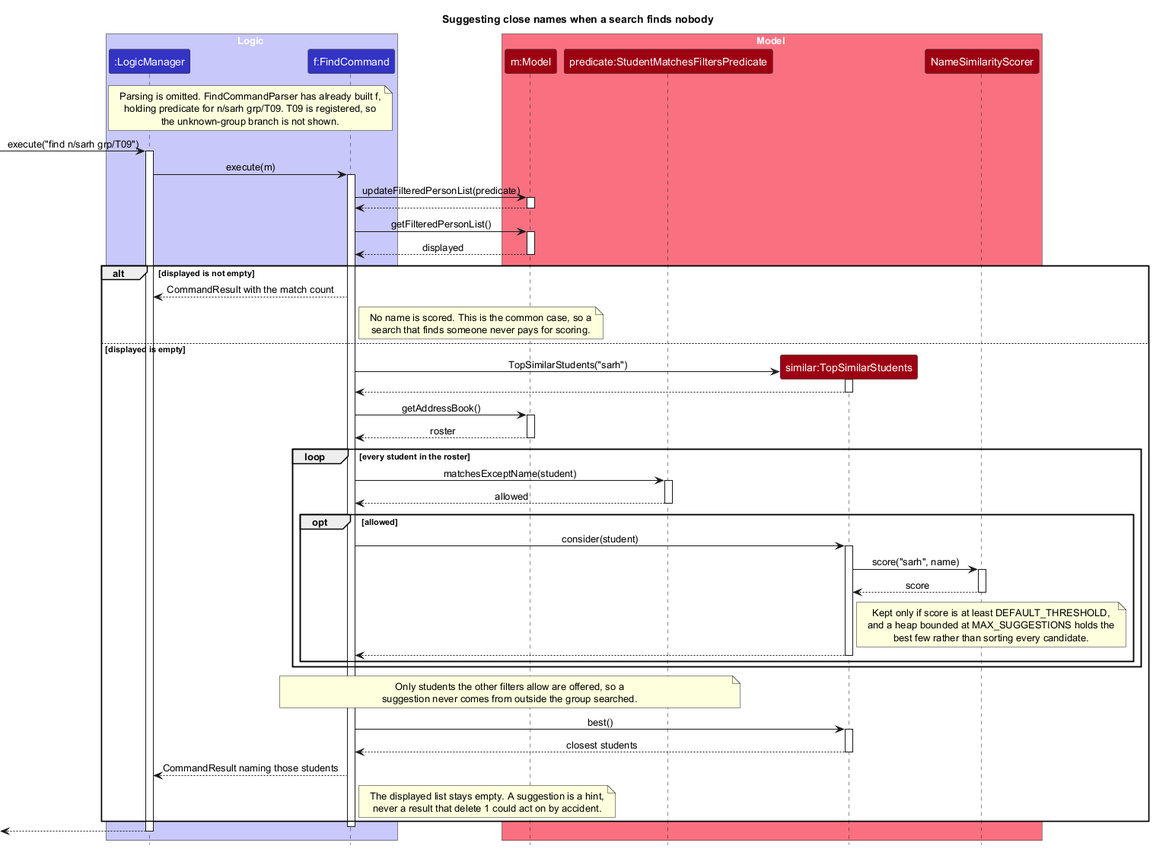
The PlantUML diagram docs/images/FindSuggestionSequenceDiagram.png in AY2627S1-CS2103T-F12-4/tp, before a commit. The source it was exported from:
```plantuml
@startuml
!include style.puml
skinparam ArrowFontStyle plain
title Suggesting close names when a search finds nobody

box Logic LOGIC_COLOR_T1
participant ":LogicManager" as LogicManager LOGIC_COLOR
participant "f:FindCommand" as FindCommand LOGIC_COLOR
end box

box Model MODEL_COLOR_T1
participant "m:Model" as Model MODEL_COLOR
participant "predicate:StudentMatchesFiltersPredicate" as Predicate MODEL_COLOR
participant "similar:TopSimilarStudents" as Similar MODEL_COLOR
participant "NameSimilarityScorer" as Scorer MODEL_COLOR
end box

note over LogicManager, FindCommand
  Parsing is omitted. FindCommandParser has already built f,
  holding predicate for n/sarh grp/T09. T09 is registered, so
  the unknown-group branch is not shown.
end note

[-> LogicManager : execute("find n/sarh grp/T09")
activate LogicManager

LogicManager -> FindCommand : execute(m)
activate FindCommand

FindCommand -> Model : updateFilteredPersonList(predicate)
activate Model
Model --> FindCommand
deactivate Model

FindCommand -> Model : getFilteredPersonList()
activate Model
Model --> FindCommand : displayed
deactivate Model

alt displayed is not empty
    FindCommand --> LogicManager : CommandResult with the match count
    note right of FindCommand
      No name is scored. This is the common case, so a
      search that finds someone never pays for scoring.
    end note

else displayed is empty
    create Similar
    FindCommand -> Similar : TopSimilarStudents("sarh")
    activate Similar
    Similar --> FindCommand
    deactivate Similar

    FindCommand -> Model : getAddressBook()
    activate Model
    Model --> FindCommand : roster
    deactivate Model

    loop every student in the roster
        FindCommand -> Predicate : matchesExceptName(student)
        activate Predicate
        Predicate --> FindCommand : allowed
        deactivate Predicate

        opt allowed
            FindCommand -> Similar : consider(student)
            activate Similar

            Similar -> Scorer : score("sarh", name)
            activate Scorer
            Scorer --> Similar : score
            deactivate Scorer

            note right of Similar
              Kept only if score is at least DEFAULT_THRESHOLD,
              and a heap bounded at MAX_SUGGESTIONS holds the
              best few rather than sorting every candidate.
            end note

            Similar --> FindCommand
            deactivate Similar
        end
    end

    note over FindCommand, Predicate
      Only students the other filters allow are offered, so a
      suggestion never comes from outside the group searched.
    end note

    FindCommand -> Similar : best()
    activate Similar
    Similar --> FindCommand : closest students
    deactivate Similar

    FindCommand --> LogicManager : CommandResult naming those students
    note right of FindCommand
      The displayed list stays empty. A suggestion is a hint,
      never a result that delete 1 could act on by accident.
    end note
end
deactivate FindCommand

[<-- LogicManager
deactivate LogicManager
@enduml
```
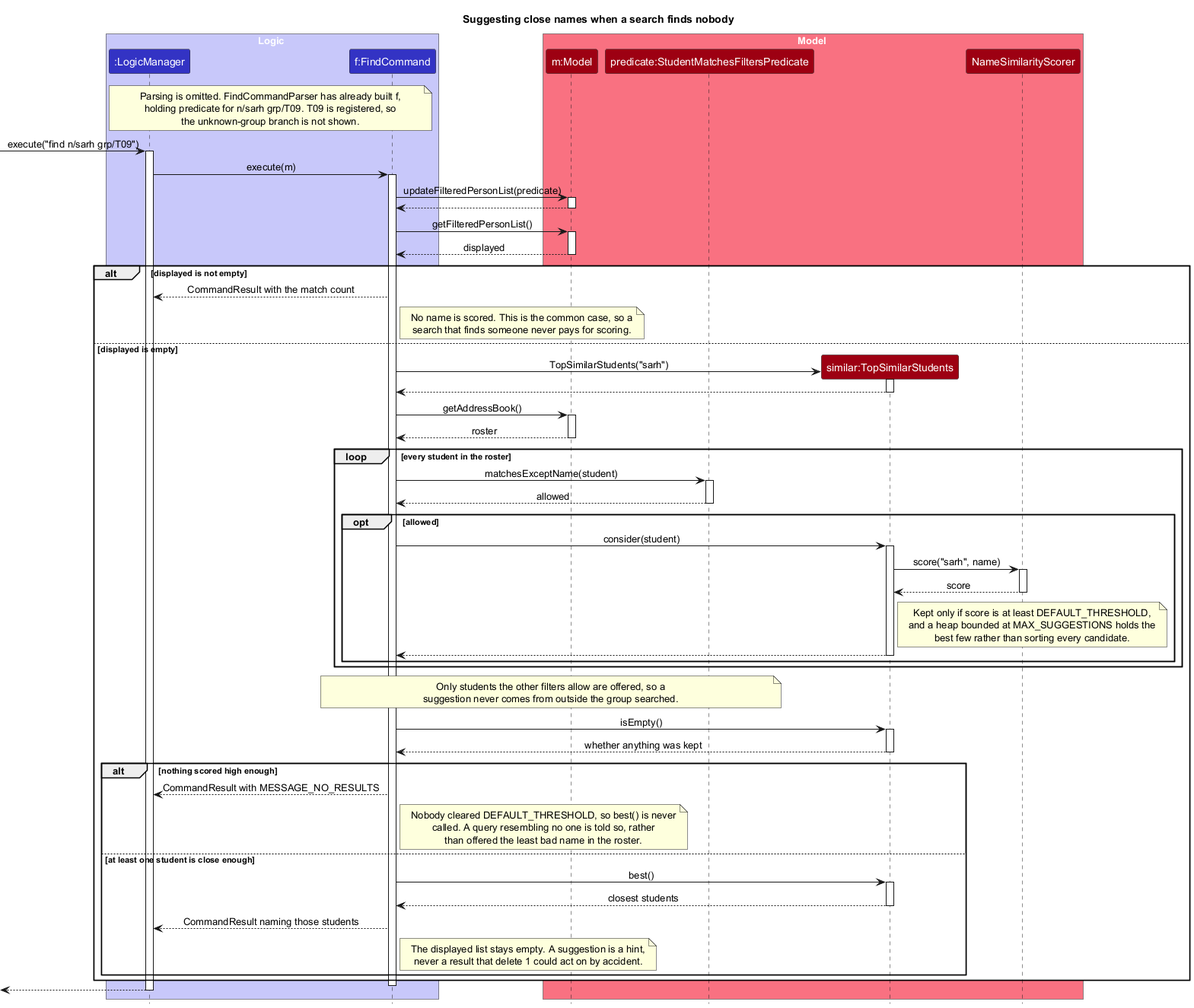
The same diagram one commit later.

What changed in the source:
```diff
@@ -87,16 +87,31 @@
       suggestion never comes from outside the group searched.
     end note
 
-    FindCommand -> Similar : best()
+    FindCommand -> Similar : isEmpty()
     activate Similar
-    Similar --> FindCommand : closest students
+    Similar --> FindCommand : whether anything was kept
     deactivate Similar
 
-    FindCommand --> LogicManager : CommandResult naming those students
-    note right of FindCommand
-      The displayed list stays empty. A suggestion is a hint,
-      never a result that delete 1 could act on by accident.
-    end note
+    alt nothing scored high enough
+        FindCommand --> LogicManager : CommandResult with MESSAGE_NO_RESULTS
+        note right of FindCommand
+          Nobody cleared DEFAULT_THRESHOLD, so best() is never
+          called. A query resembling no one is told so, rather
+          than offered the least bad name in the roster.
+        end note
+
+    else at least one student is close enough
+        FindCommand -> Similar : best()
+        activate Similar
+        Similar --> FindCommand : closest students
+        deactivate Similar
+
+        FindCommand --> LogicManager : CommandResult naming those students
+        note right of FindCommand
+          The displayed list stays empty. A suggestion is a hint,
+          never a result that delete 1 could act on by accident.
+        end note
+    end
 end
 deactivate FindCommand
 
```
